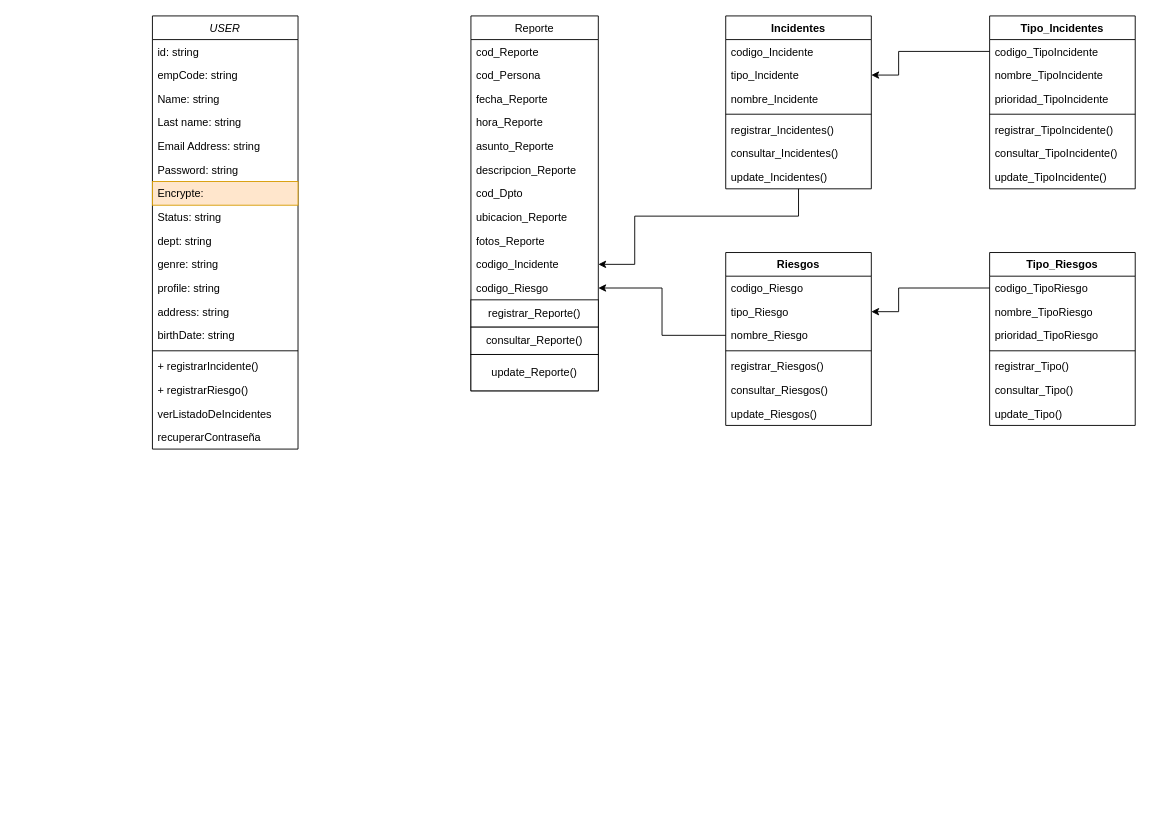
Earlier version of the draw.io diagram page "Version Unificada" (1 of 6) of Untitled Diagram.drawio (dpeter1290/riesgoseincidentesSST). Source tidied: cells renumbered, new cells numbered last; positions are measured from the earlier drawing's top-left corner, leaving out a move shared by most shapes. Both pictures are drawn from the tidied source at 91%, with x=0, y=0 at pixel (152, 15).
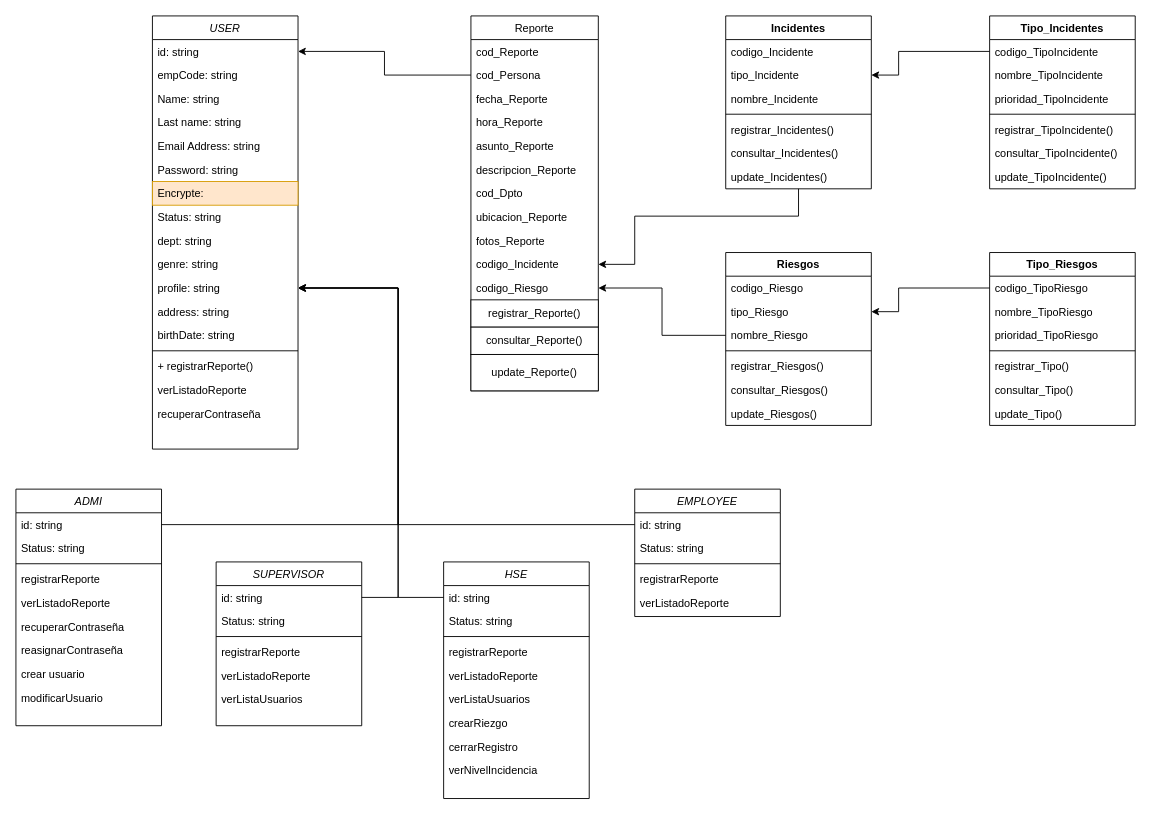
The same page after the edit.

The change refers to these unchanged cells:
```xml
<mxCell id="2" value="USER" style="swimlane;fontStyle=2;align=center;verticalAlign=top;horizontal=1;startSize=26;rounded=0;shadow=0;strokeWidth=1;" parent="1" vertex="1">
  <mxGeometry width="160" height="476" as="geometry" />
</mxCell>
<mxCell id="3" value="id: string" style="text;strokeColor=none;fillColor=none;align=left;verticalAlign=top;spacingLeft=4;spacingRight=4;overflow=hidden;points=[[0,0.5],[1,0.5]];portConstraint=eastwest;" parent="2" vertex="1">
  <mxGeometry y="26" width="160" height="26" as="geometry" />
</mxCell>
<mxCell id="13" value="profile: string" style="text;strokeColor=none;fillColor=none;align=left;verticalAlign=top;spacingLeft=4;spacingRight=4;overflow=hidden;points=[[0,0.5],[1,0.5]];portConstraint=eastwest;" parent="2" vertex="1">
  <mxGeometry y="286" width="160" height="26" as="geometry" />
</mxCell>
<mxCell id="23" value="cod_Persona" style="text;strokeColor=none;fillColor=none;align=left;verticalAlign=top;spacingLeft=4;spacingRight=4;overflow=hidden;points=[[0,0.5],[1,0.5]];portConstraint=eastwest;" parent="21" vertex="1">
  <mxGeometry y="52" width="140" height="26" as="geometry" />
</mxCell>
```

Change to the diagram source:
```diff
@@
-    <mxCell id="17" value="+ registrarIncidente()" style="text;align=left;verticalAlign=top;spacingLeft=4;spacingRight=4;overflow=hidden;" parent="2" vertex="1">
+    <mxCell id="17" value="+ registrarReporte()" style="text;align=left;verticalAlign=top;spacingLeft=4;spacingRight=4;overflow=hidden;" parent="2" vertex="1">
       <mxGeometry y="372" width="160" height="26" as="geometry" />
     </mxCell>
-    <mxCell id="18" value="+ registrarRiesgo()" style="text;strokeColor=none;fillColor=none;align=left;verticalAlign=top;spacingLeft=4;spacingRight=4;overflow=hidden;" parent="2" vertex="1">
-      <mxGeometry y="398" width="160" height="26" as="geometry" />
-    </mxCell>
-    <mxCell id="19" value="verListadoDeIncidentes" style="text;strokeColor=none;fillColor=none;align=left;verticalAlign=top;spacingLeft=4;spacingRight=4;overflow=hidden;" parent="2" vertex="1">
-      <mxGeometry y="424" width="160" height="26" as="geometry" />
+    <mxCell id="19" value="verListadoReporte" style="text;strokeColor=none;fillColor=none;align=left;verticalAlign=top;spacingLeft=4;spacingRight=4;overflow=hidden;" parent="2" vertex="1">
+      <mxGeometry y="398" width="160" height="26" as="geometry" />
     </mxCell>
     <mxCell id="20" value="recuperarContraseña" style="text;strokeColor=none;fillColor=none;align=left;verticalAlign=top;spacingLeft=4;spacingRight=4;overflow=hidden;" parent="2" vertex="1">
-      <mxGeometry y="450" width="160" height="26" as="geometry" />
+      <mxGeometry y="424" width="160" height="26" as="geometry" />
     </mxCell>
@@
+    <mxCell id="72" style="edgeStyle=orthogonalEdgeStyle;rounded=0;jettySize=auto;html=1;exitX=0;exitY=0.5;exitDx=0;exitDy=0;entryX=1;entryY=0.5;entryDx=0;entryDy=0;" parent="1" edge="1" source="23" target="3">
+      <mxGeometry relative="1" as="geometry" />
+    </mxCell>
+    <mxCell id="73" value="ADMI" style="swimlane;fontStyle=2;align=center;verticalAlign=top;horizontal=1;startSize=26;rounded=0;shadow=0;strokeWidth=1;" parent="1" vertex="1">
+      <mxGeometry x="-150" y="520" width="160" height="260" as="geometry" />
+    </mxCell>
+    <mxCell id="74" value="id: string" style="text;strokeColor=none;fillColor=none;align=left;verticalAlign=top;spacingLeft=4;spacingRight=4;overflow=hidden;points=[[0,0.5],[1,0.5]];portConstraint=eastwest;" parent="73" vertex="1">
+      <mxGeometry y="26" width="160" height="26" as="geometry" />
+    </mxCell>
+    <mxCell id="75" value="Status: string" style="text;strokeColor=none;fillColor=none;align=left;verticalAlign=top;spacingLeft=4;spacingRight=4;overflow=hidden;" parent="73" vertex="1">
+      <mxGeometry y="52" width="160" height="26" as="geometry" />
+    </mxCell>
+    <mxCell id="76" style="line;html=1;strokeWidth=1;align=left;verticalAlign=middle;spacingTop=-1;spacingLeft=3;spacingRight=3;labelPosition=right;" parent="73" vertex="1">
+      <mxGeometry y="78" width="160" height="8" as="geometry" />
+    </mxCell>
+    <mxCell id="77" value="registrarReporte" style="text;align=left;verticalAlign=top;spacingLeft=4;spacingRight=4;overflow=hidden;" parent="73" vertex="1">
+      <mxGeometry y="86" width="160" height="26" as="geometry" />
+    </mxCell>
+    <mxCell id="78" value="verListadoReporte" style="text;strokeColor=none;fillColor=none;align=left;verticalAlign=top;spacingLeft=4;spacingRight=4;overflow=hidden;" parent="73" vertex="1">
+      <mxGeometry y="112" width="160" height="26" as="geometry" />
+    </mxCell>
+    <mxCell id="79" value="recuperarContraseña" style="text;strokeColor=none;fillColor=none;align=left;verticalAlign=top;spacingLeft=4;spacingRight=4;overflow=hidden;" parent="73" vertex="1">
+      <mxGeometry y="138" width="160" height="26" as="geometry" />
+    </mxCell>
+    <mxCell id="80" value="reasignarContraseña" style="text;strokeColor=none;fillColor=none;align=left;verticalAlign=top;spacingLeft=4;spacingRight=4;overflow=hidden;" parent="73" vertex="1">
+      <mxGeometry y="164" width="160" height="26" as="geometry" />
+    </mxCell>
+    <mxCell id="81" value="crear usuario" style="text;strokeColor=none;fillColor=none;align=left;verticalAlign=top;spacingLeft=4;spacingRight=4;overflow=hidden;" parent="73" vertex="1">
+      <mxGeometry y="190" width="160" height="26" as="geometry" />
+    </mxCell>
+    <mxCell id="82" value="modificarUsuario" style="text;strokeColor=none;fillColor=none;align=left;verticalAlign=top;spacingLeft=4;spacingRight=4;overflow=hidden;" parent="73" vertex="1">
+      <mxGeometry y="216" width="160" height="26" as="geometry" />
+    </mxCell>
+    <mxCell id="83" value="SUPERVISOR" style="swimlane;fontStyle=2;align=center;verticalAlign=top;horizontal=1;startSize=26;rounded=0;shadow=0;strokeWidth=1;" parent="1" vertex="1">
+      <mxGeometry x="70" y="600" width="160" height="180" as="geometry" />
+    </mxCell>
+    <mxCell id="84" value="id: string" style="text;strokeColor=none;fillColor=none;align=left;verticalAlign=top;spacingLeft=4;spacingRight=4;overflow=hidden;points=[[0,0.5],[1,0.5]];portConstraint=eastwest;" parent="83" vertex="1">
+      <mxGeometry y="26" width="160" height="26" as="geometry" />
+    </mxCell>
+    <mxCell id="85" value="Status: string" style="text;strokeColor=none;fillColor=none;align=left;verticalAlign=top;spacingLeft=4;spacingRight=4;overflow=hidden;" parent="83" vertex="1">
+      <mxGeometry y="52" width="160" height="26" as="geometry" />
+    </mxCell>
+    <mxCell id="86" style="line;html=1;strokeWidth=1;align=left;verticalAlign=middle;spacingTop=-1;spacingLeft=3;spacingRight=3;labelPosition=right;" parent="83" vertex="1">
+      <mxGeometry y="78" width="160" height="8" as="geometry" />
+    </mxCell>
+    <mxCell id="87" value="registrarReporte" style="text;align=left;verticalAlign=top;spacingLeft=4;spacingRight=4;overflow=hidden;" parent="83" vertex="1">
+      <mxGeometry y="86" width="160" height="26" as="geometry" />
+    </mxCell>
+    <mxCell id="88" value="verListadoReporte" style="text;strokeColor=none;fillColor=none;align=left;verticalAlign=top;spacingLeft=4;spacingRight=4;overflow=hidden;" parent="83" vertex="1">
+      <mxGeometry y="112" width="160" height="26" as="geometry" />
+    </mxCell>
+    <mxCell id="89" value="verListaUsuarios" style="text;strokeColor=none;fillColor=none;align=left;verticalAlign=top;spacingLeft=4;spacingRight=4;overflow=hidden;" parent="83" vertex="1">
+      <mxGeometry y="138" width="160" height="26" as="geometry" />
+    </mxCell>
+    <mxCell id="90" value="HSE" style="swimlane;fontStyle=2;align=center;verticalAlign=top;horizontal=1;startSize=26;rounded=0;shadow=0;strokeWidth=1;" parent="1" vertex="1">
+      <mxGeometry x="320" y="600" width="160" height="260" as="geometry" />
+    </mxCell>
+    <mxCell id="91" value="id: string" style="text;strokeColor=none;fillColor=none;align=left;verticalAlign=top;spacingLeft=4;spacingRight=4;overflow=hidden;points=[[0,0.5],[1,0.5]];portConstraint=eastwest;" parent="90" vertex="1">
+      <mxGeometry y="26" width="160" height="26" as="geometry" />
+    </mxCell>
+    <mxCell id="92" value="Status: string" style="text;strokeColor=none;fillColor=none;align=left;verticalAlign=top;spacingLeft=4;spacingRight=4;overflow=hidden;" parent="90" vertex="1">
+      <mxGeometry y="52" width="160" height="26" as="geometry" />
+    </mxCell>
+    <mxCell id="93" style="line;html=1;strokeWidth=1;align=left;verticalAlign=middle;spacingTop=-1;spacingLeft=3;spacingRight=3;labelPosition=right;" parent="90" vertex="1">
+      <mxGeometry y="78" width="160" height="8" as="geometry" />
+    </mxCell>
+    <mxCell id="94" value="registrarReporte" style="text;align=left;verticalAlign=top;spacingLeft=4;spacingRight=4;overflow=hidden;" parent="90" vertex="1">
+      <mxGeometry y="86" width="160" height="26" as="geometry" />
+    </mxCell>
+    <mxCell id="95" value="verListadoReporte" style="text;strokeColor=none;fillColor=none;align=left;verticalAlign=top;spacingLeft=4;spacingRight=4;overflow=hidden;" parent="90" vertex="1">
+      <mxGeometry y="112" width="160" height="26" as="geometry" />
+    </mxCell>
+    <mxCell id="96" value="verListaUsuarios" style="text;strokeColor=none;fillColor=none;align=left;verticalAlign=top;spacingLeft=4;spacingRight=4;overflow=hidden;" parent="90" vertex="1">
+      <mxGeometry y="138" width="160" height="26" as="geometry" />
+    </mxCell>
+    <mxCell id="97" value="crearRiezgo" style="text;strokeColor=none;fillColor=none;align=left;verticalAlign=top;spacingLeft=4;spacingRight=4;overflow=hidden;" parent="90" vertex="1">
+      <mxGeometry y="164" width="160" height="26" as="geometry" />
+    </mxCell>
+    <mxCell id="98" value="cerrarRegistro" style="text;strokeColor=none;fillColor=none;align=left;verticalAlign=top;spacingLeft=4;spacingRight=4;overflow=hidden;" parent="90" vertex="1">
+      <mxGeometry y="190" width="160" height="26" as="geometry" />
+    </mxCell>
+    <mxCell id="99" value="verNivelIncidencia" style="text;strokeColor=none;fillColor=none;align=left;verticalAlign=top;spacingLeft=4;spacingRight=4;overflow=hidden;" parent="90" vertex="1">
+      <mxGeometry y="216" width="160" height="26" as="geometry" />
+    </mxCell>
+    <mxCell id="100" value="EMPLOYEE" style="swimlane;fontStyle=2;align=center;verticalAlign=top;horizontal=1;startSize=26;rounded=0;shadow=0;strokeWidth=1;" parent="1" vertex="1">
+      <mxGeometry x="530" y="520" width="160" height="140" as="geometry" />
+    </mxCell>
+    <mxCell id="101" value="id: string" style="text;strokeColor=none;fillColor=none;align=left;verticalAlign=top;spacingLeft=4;spacingRight=4;overflow=hidden;points=[[0,0.5],[1,0.5]];portConstraint=eastwest;" parent="100" vertex="1">
+      <mxGeometry y="26" width="160" height="26" as="geometry" />
+    </mxCell>
+    <mxCell id="102" value="Status: string" style="text;strokeColor=none;fillColor=none;align=left;verticalAlign=top;spacingLeft=4;spacingRight=4;overflow=hidden;" parent="100" vertex="1">
+      <mxGeometry y="52" width="160" height="26" as="geometry" />
+    </mxCell>
+    <mxCell id="103" style="line;html=1;strokeWidth=1;align=left;verticalAlign=middle;spacingTop=-1;spacingLeft=3;spacingRight=3;labelPosition=right;" parent="100" vertex="1">
+      <mxGeometry y="78" width="160" height="8" as="geometry" />
+    </mxCell>
+    <mxCell id="104" value="registrarReporte" style="text;align=left;verticalAlign=top;spacingLeft=4;spacingRight=4;overflow=hidden;" parent="100" vertex="1">
+      <mxGeometry y="86" width="160" height="26" as="geometry" />
+    </mxCell>
+    <mxCell id="105" value="verListadoReporte" style="text;strokeColor=none;fillColor=none;align=left;verticalAlign=top;spacingLeft=4;spacingRight=4;overflow=hidden;" parent="100" vertex="1">
+      <mxGeometry y="112" width="160" height="26" as="geometry" />
+    </mxCell>
+    <mxCell id="106" style="edgeStyle=orthogonalEdgeStyle;rounded=0;jettySize=auto;html=1;exitX=1;exitY=0.5;exitDx=0;exitDy=0;entryX=1;entryY=0.5;entryDx=0;entryDy=0;" parent="1" edge="1" source="74" target="13">
+      <mxGeometry relative="1" as="geometry">
+        <Array as="points">
+          <mxPoint x="270" y="559" />
+          <mxPoint x="270" y="299" />
+        </Array>
+      </mxGeometry>
+    </mxCell>
+    <mxCell id="107" style="edgeStyle=orthogonalEdgeStyle;rounded=0;jettySize=auto;html=1;exitX=1;exitY=0.5;exitDx=0;exitDy=0;entryX=1;entryY=0.5;entryDx=0;entryDy=0;" parent="1" edge="1" source="84" target="13">
+      <mxGeometry relative="1" as="geometry">
+        <Array as="points">
+          <mxPoint x="270" y="639" />
+          <mxPoint x="270" y="299" />
+        </Array>
+      </mxGeometry>
+    </mxCell>
+    <mxCell id="108" style="edgeStyle=orthogonalEdgeStyle;rounded=0;jettySize=auto;html=1;entryX=1;entryY=0.5;entryDx=0;entryDy=0;exitX=0;exitY=0.5;exitDx=0;exitDy=0;" parent="1" edge="1" source="91" target="13">
+      <mxGeometry relative="1" as="geometry">
+        <Array as="points">
+          <mxPoint x="270" y="639" />
+          <mxPoint x="270" y="299" />
+        </Array>
+      </mxGeometry>
+    </mxCell>
+    <mxCell id="109" style="edgeStyle=orthogonalEdgeStyle;rounded=0;jettySize=auto;html=1;exitX=0;exitY=0.5;exitDx=0;exitDy=0;entryX=1;entryY=0.5;entryDx=0;entryDy=0;" parent="1" edge="1" source="101" target="13">
+      <mxGeometry relative="1" as="geometry">
+        <Array as="points">
+          <mxPoint x="270" y="559" />
+          <mxPoint x="270" y="299" />
+        </Array>
+      </mxGeometry>
+    </mxCell>
```
